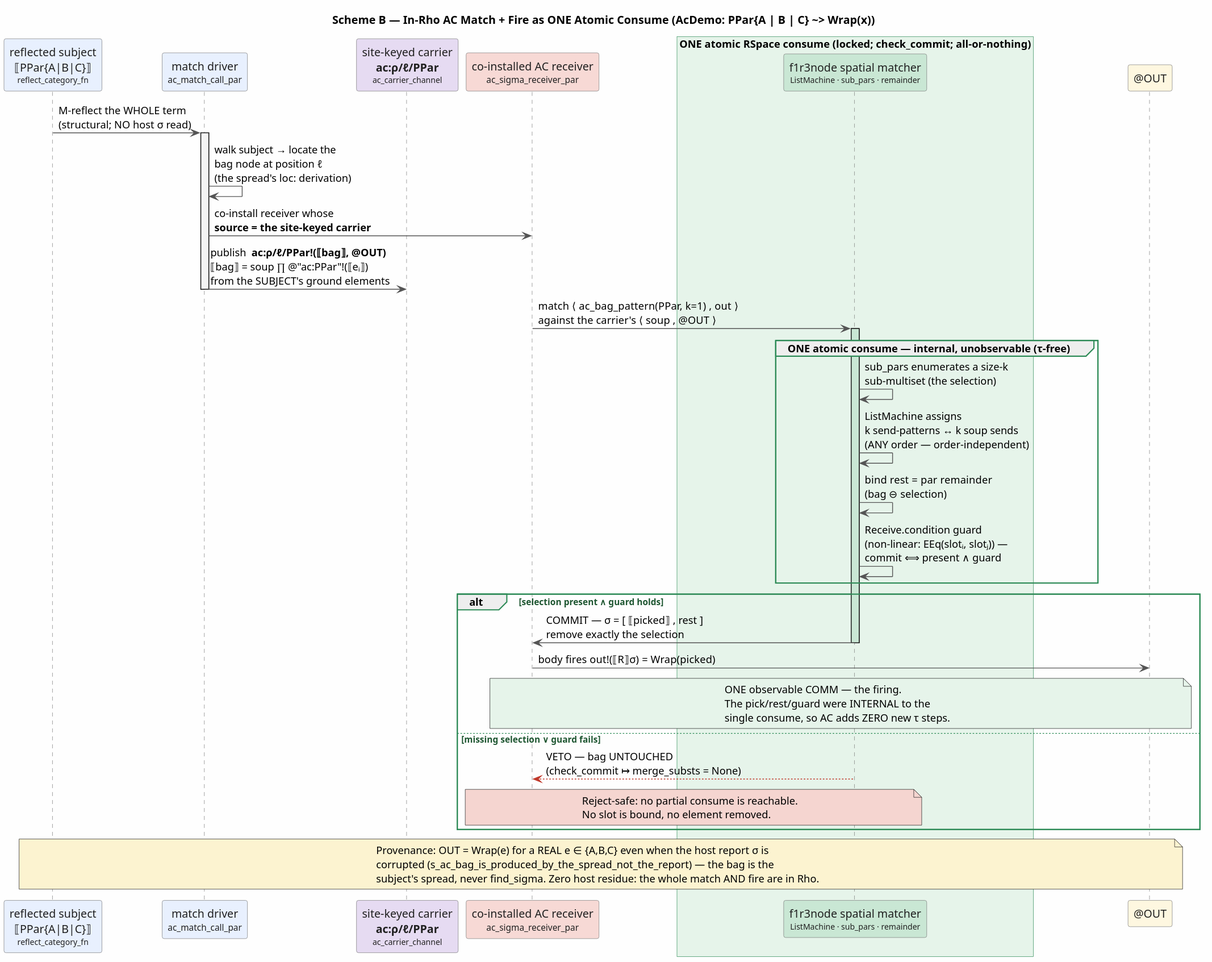
The PlantUML diagram docs/architecture/rho-native-integration/figures/in-rho-ac-matching-scheme-b-flow.svg in F1R3FLY-io/mettail-rust, before a commit.
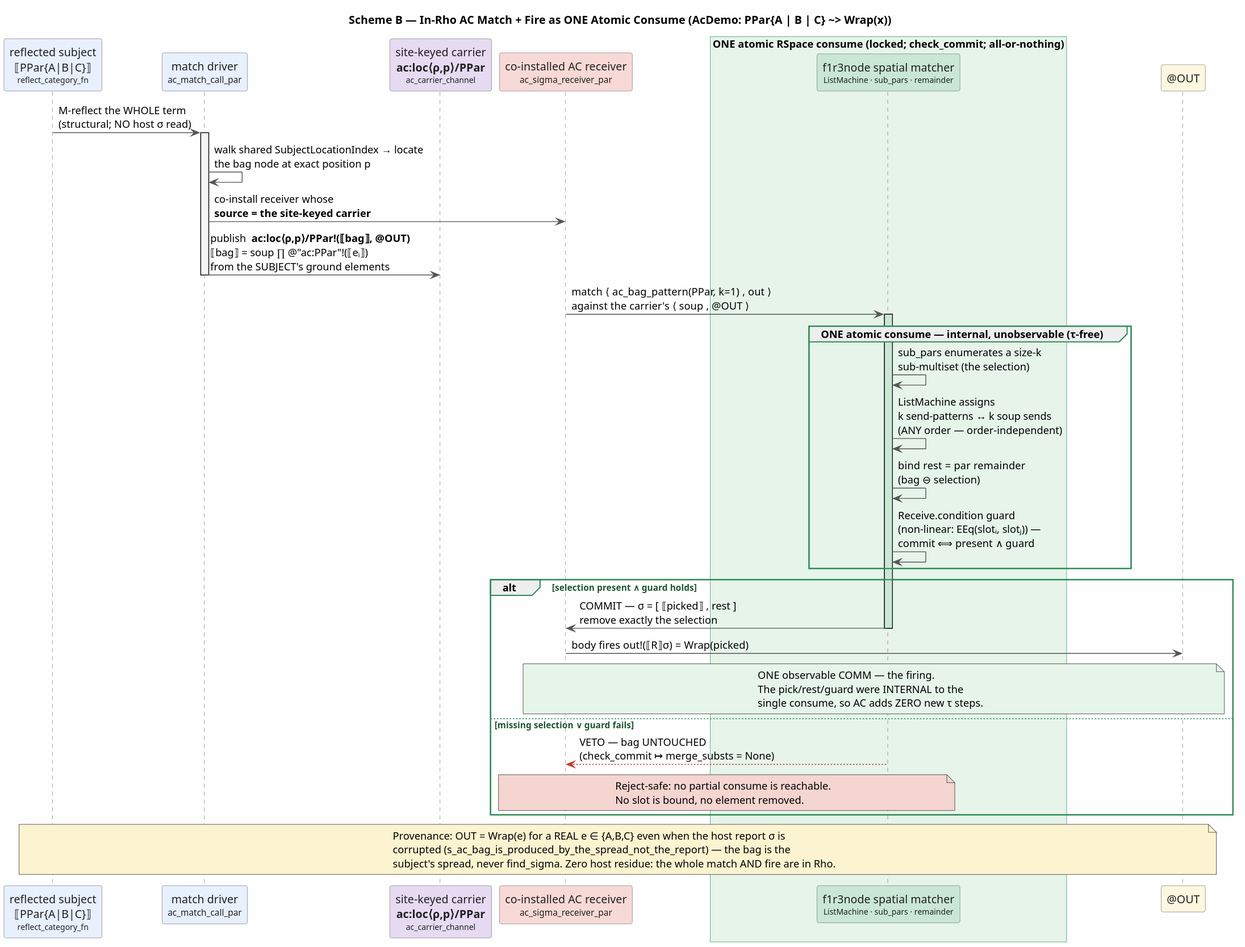
After the change.

Change to the diagram source:
```diff
@@ -17,7 +17,7 @@
 
 participant "reflected subject\n⟦PPar{A|B|C}⟧\n<size:10>reflect_category_fn</size>" as SUB #E8F0FE
 participant "match driver\n<size:11>ac_match_call_par</size>" as DRV #E8F0FE
-participant "site-keyed carrier\n<b>ac:ρ/ℓ/PPar</b>\n<size:10>ac_carrier_channel</size>" as CAR #E6DBF2
+participant "site-keyed carrier\n<b>ac:loc⟨ρ,p⟩/PPar</b>\n<size:10>ac_carrier_channel</size>" as CAR #E6DBF2
 participant "co-installed AC receiver\n<size:11>ac_sigma_receiver_par</size>" as RCV #F7D9D5
 box "ONE atomic RSpace consume  (locked; check_commit; all-or-nothing)" #E6F4EA
 participant "f1r3node spatial matcher\n<size:10>ListMachine · sub_pars · remainder</size>" as MAT #C9E7D4
@@ -26,9 +26,9 @@
 
 SUB -> DRV : M-reflect the WHOLE term\n(structural; NO host σ read)
 activate DRV
-DRV -> DRV : walk subject → locate the\nbag node at position ℓ\n(the spread's loc: derivation)
+DRV -> DRV : walk shared SubjectLocationIndex → locate\nthe bag node at exact position p
 DRV -> RCV : co-install receiver whose\n<b>source = the site-keyed carrier</b>
-DRV -> CAR : publish  <b>ac:ρ/ℓ/PPar!(⟦bag⟧, @OUT)</b>\n⟦bag⟧ = soup ∏ @"ac:PPar"!(⟦eᵢ⟧)\nfrom the SUBJECT's ground elements
+DRV -> CAR : publish  <b>ac:loc⟨ρ,p⟩/PPar!(⟦bag⟧, @OUT)</b>\n⟦bag⟧ = soup ∏ @"ac:PPar"!(⟦eᵢ⟧)\nfrom the SUBJECT's ground elements
 deactivate DRV
 
 RCV -> MAT : match  ⟨ ac_bag_pattern(PPar, k=1) , out ⟩\nagainst the carrier's  ⟨ soup , @OUT ⟩
```
